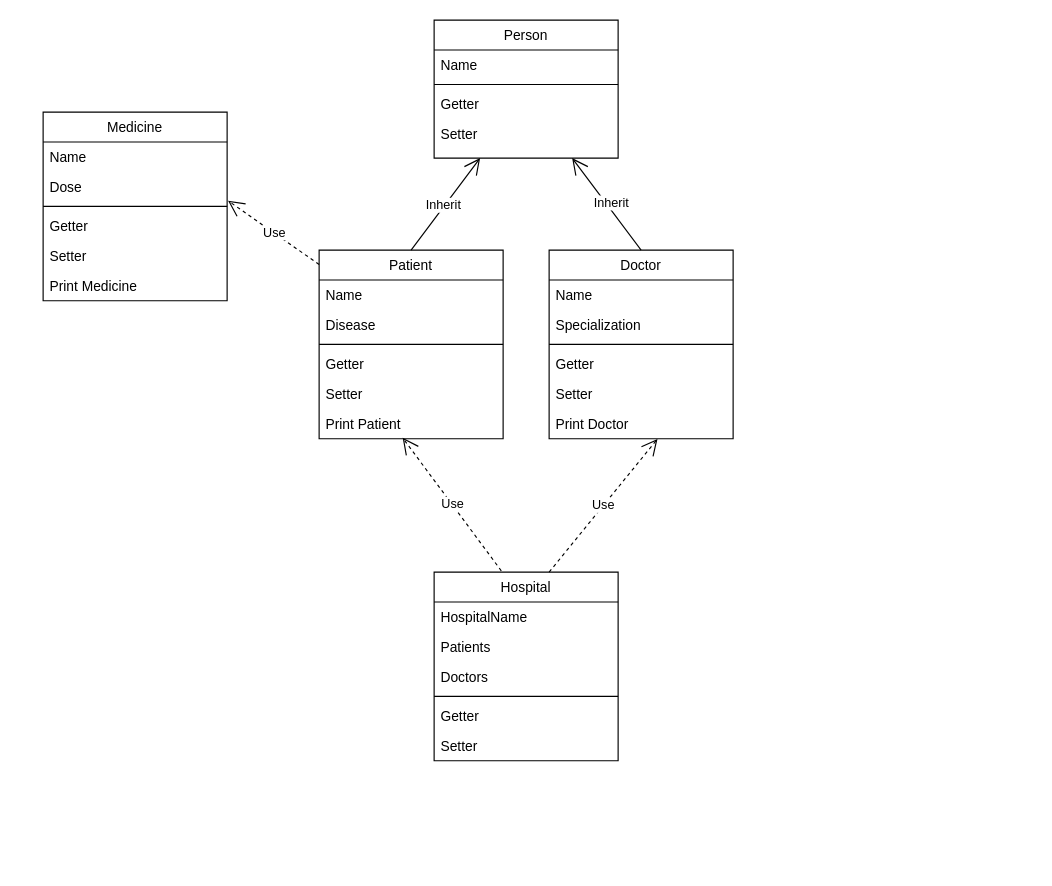
This is DiagramRelasi.drawio from Xeramu/TP3DPBO2425C1, a draw.io file, before an edit. Source tidied: cells renumbered, new cells numbered last; positions are measured from the earlier drawing's top-left corner, leaving out a move shared by most shapes. Both pictures are drawn from the tidied source at 115%, with x=0, y=0 at pixel (43, 20).
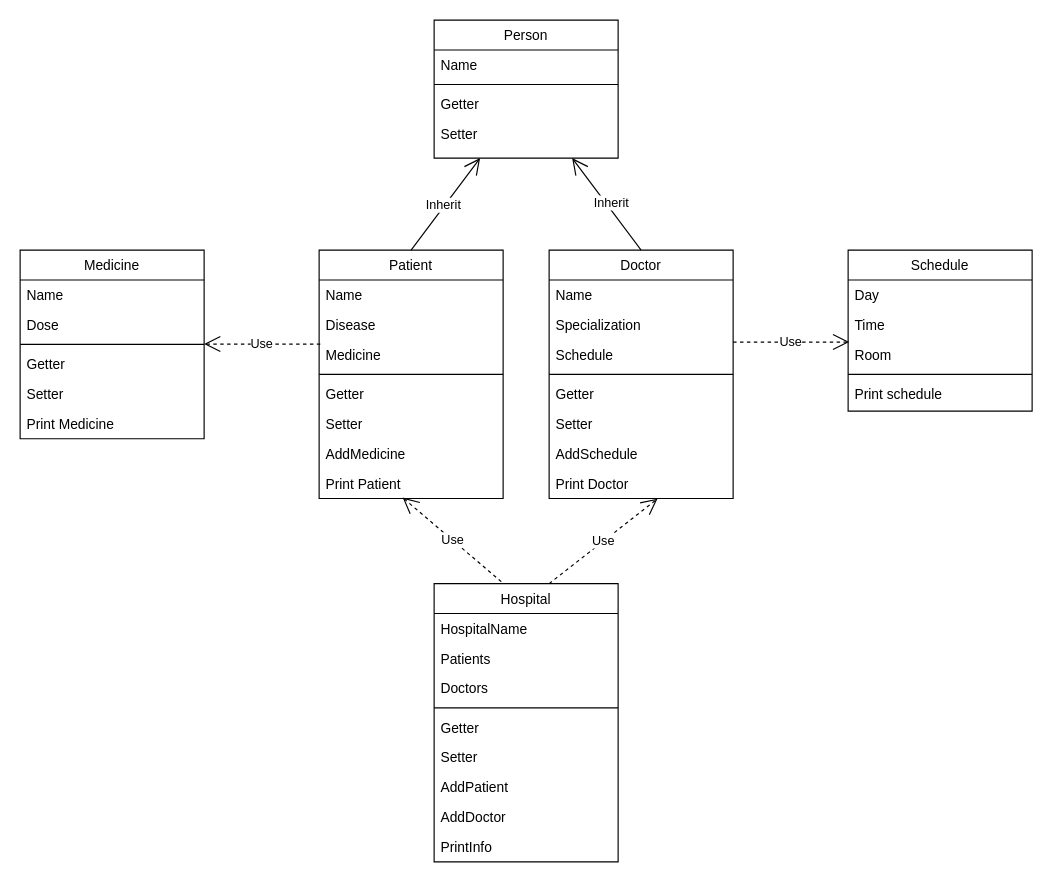
The same page after the edit.

Unchanged cells that the change refers to:
```xml
<mxCell id="36" value="Dose" style="text;align=left;verticalAlign=top;spacingLeft=4;spacingRight=4;overflow=hidden;points=[[0,0.5],[1,0.5]];portConstraint=eastwest;" parent="34" vertex="1">
  <mxGeometry y="52" width="160" height="26" as="geometry" />
</mxCell>
```

Diff of the diagram source:
```diff
@@
     <mxCell id="7" value="Patient" style="swimlane;fontStyle=0;align=center;verticalAlign=top;horizontal=1;startSize=26;rounded=0;shadow=0;strokeWidth=1;" parent="1" vertex="1">
-      <mxGeometry x="240" y="200" width="160" height="164" as="geometry" />
+      <mxGeometry x="240" y="200" width="160" height="216" as="geometry" />
     </mxCell>
@@
+    <mxCell id="42" value="Medicine" style="text;align=left;verticalAlign=top;spacingLeft=4;spacingRight=4;overflow=hidden;" parent="7" vertex="1">
+      <mxGeometry y="78" width="160" height="26" as="geometry" />
+    </mxCell>
     <mxCell id="10" style="line;html=1;strokeWidth=1;align=left;verticalAlign=middle;spacingTop=-1;spacingLeft=3;spacingRight=3;labelPosition=right;" parent="7" vertex="1">
-      <mxGeometry y="78" width="160" height="8" as="geometry" />
+      <mxGeometry y="104" width="160" height="8" as="geometry" />
     </mxCell>
     <mxCell id="11" value="Getter" style="text;align=left;verticalAlign=top;spacingLeft=4;spacingRight=4;overflow=hidden;" parent="7" vertex="1">
-      <mxGeometry y="86" width="160" height="26" as="geometry" />
+      <mxGeometry y="112" width="160" height="26" as="geometry" />
     </mxCell>
     <mxCell id="12" value="Setter" style="text;align=left;verticalAlign=top;spacingLeft=4;spacingRight=4;overflow=hidden;" parent="7" vertex="1">
-      <mxGeometry y="112" width="160" height="26" as="geometry" />
+      <mxGeometry y="138" width="160" height="26" as="geometry" />
     </mxCell>
+    <mxCell id="43" value="AddMedicine" style="text;align=left;verticalAlign=top;spacingLeft=4;spacingRight=4;overflow=hidden;" parent="7" vertex="1">
+      <mxGeometry y="164" width="160" height="26" as="geometry" />
+    </mxCell>
     <mxCell id="13" value="Print Patient" style="text;align=left;verticalAlign=top;spacingLeft=4;spacingRight=4;overflow=hidden;points=[[0,0.5],[1,0.5]];portConstraint=eastwest;" parent="7" vertex="1">
-      <mxGeometry y="138" width="160" height="26" as="geometry" />
+      <mxGeometry y="190" width="160" height="26" as="geometry" />
     </mxCell>
     <mxCell id="14" value="Doctor" style="swimlane;fontStyle=0;align=center;verticalAlign=top;horizontal=1;startSize=26;rounded=0;shadow=0;strokeWidth=1;" parent="1" vertex="1">
-      <mxGeometry x="440" y="200" width="160" height="164" as="geometry" />
+      <mxGeometry x="440" y="200" width="160" height="216" as="geometry" />
     </mxCell>
@@
+    <mxCell id="44" value="Schedule" style="text;align=left;verticalAlign=top;spacingLeft=4;spacingRight=4;overflow=hidden;" parent="14" vertex="1">
+      <mxGeometry y="78" width="160" height="26" as="geometry" />
+    </mxCell>
     <mxCell id="17" style="line;html=1;strokeWidth=1;align=left;verticalAlign=middle;spacingTop=-1;spacingLeft=3;spacingRight=3;labelPosition=right;" parent="14" vertex="1">
-      <mxGeometry y="78" width="160" height="8" as="geometry" />
+      <mxGeometry y="104" width="160" height="8" as="geometry" />
     </mxCell>
     <mxCell id="18" value="Getter" style="text;align=left;verticalAlign=top;spacingLeft=4;spacingRight=4;overflow=hidden;" parent="14" vertex="1">
-      <mxGeometry y="86" width="160" height="26" as="geometry" />
+      <mxGeometry y="112" width="160" height="26" as="geometry" />
     </mxCell>
     <mxCell id="19" value="Setter" style="text;align=left;verticalAlign=top;spacingLeft=4;spacingRight=4;overflow=hidden;" parent="14" vertex="1">
-      <mxGeometry y="112" width="160" height="26" as="geometry" />
+      <mxGeometry y="138" width="160" height="26" as="geometry" />
     </mxCell>
+    <mxCell id="45" value="AddSchedule" style="text;align=left;verticalAlign=top;spacingLeft=4;spacingRight=4;overflow=hidden;" parent="14" vertex="1">
+      <mxGeometry y="164" width="160" height="26" as="geometry" />
+    </mxCell>
     <mxCell id="20" value="Print Doctor" style="text;align=left;verticalAlign=top;spacingLeft=4;spacingRight=4;overflow=hidden;points=[[0,0.5],[1,0.5]];portConstraint=eastwest;" parent="14" vertex="1">
-      <mxGeometry y="138" width="160" height="26" as="geometry" />
+      <mxGeometry y="190" width="160" height="26" as="geometry" />
     </mxCell>
@@
     <mxCell id="25" value="Hospital" style="swimlane;fontStyle=0;align=center;verticalAlign=top;horizontal=1;startSize=26;rounded=0;shadow=0;strokeWidth=1;" parent="1" vertex="1">
-      <mxGeometry x="340" y="480" width="160" height="164" as="geometry" />
+      <mxGeometry x="340" y="490" width="160" height="242" as="geometry" />
     </mxCell>
@@
+    <mxCell id="46" value="AddPatient" style="text;align=left;verticalAlign=top;spacingLeft=4;spacingRight=4;overflow=hidden;" parent="25" vertex="1">
+      <mxGeometry y="164" width="160" height="26" as="geometry" />
+    </mxCell>
+    <mxCell id="47" value="AddDoctor" style="text;align=left;verticalAlign=top;spacingLeft=4;spacingRight=4;overflow=hidden;" parent="25" vertex="1">
+      <mxGeometry y="190" width="160" height="26" as="geometry" />
+    </mxCell>
+    <mxCell id="48" value="PrintInfo" style="text;align=left;verticalAlign=top;spacingLeft=4;spacingRight=4;overflow=hidden;" parent="25" vertex="1">
+      <mxGeometry y="216" width="160" height="26" as="geometry" />
+    </mxCell>
@@
     <mxCell id="34" value="Medicine" style="swimlane;fontStyle=0;align=center;verticalAlign=top;horizontal=1;startSize=26;rounded=0;shadow=0;strokeWidth=1;" parent="1" vertex="1">
-      <mxGeometry y="80" width="160" height="164" as="geometry" />
+      <mxGeometry x="-20" y="200" width="160" height="164" as="geometry" />
     </mxCell>
@@
-    <mxCell id="41" value="Use" style="endArrow=open;endSize=12;dashed=1;html=1;rounded=0;entryX=1.005;entryY=0.963;entryDx=0;entryDy=0;entryPerimeter=0;exitX=1.005;exitY=0.963;exitDx=0;exitDy=0;exitPerimeter=0;" parent="1" edge="1" target="36">
-      <mxGeometry relative="1" as="geometry">
-        <mxPoint x="240" y="212.5" as="sourcePoint" />
-      </mxGeometry>
-    </mxCell>
+    <mxCell id="49" value="Schedule" style="swimlane;fontStyle=0;align=center;verticalAlign=top;horizontal=1;startSize=26;rounded=0;shadow=0;strokeWidth=1;" parent="1" vertex="1">
+      <mxGeometry x="700" y="200" width="160" height="140" as="geometry" />
+    </mxCell>
+    <mxCell id="50" value="Day" style="text;align=left;verticalAlign=top;spacingLeft=4;spacingRight=4;overflow=hidden;" parent="49" vertex="1">
+      <mxGeometry y="26" width="160" height="26" as="geometry" />
+    </mxCell>
+    <mxCell id="51" value="Time" style="text;align=left;verticalAlign=top;spacingLeft=4;spacingRight=4;overflow=hidden;" parent="49" vertex="1">
+      <mxGeometry y="52" width="160" height="26" as="geometry" />
+    </mxCell>
+    <mxCell id="52" value="Room" style="text;align=left;verticalAlign=top;spacingLeft=4;spacingRight=4;overflow=hidden;points=[[0,0.5],[1,0.5]];portConstraint=eastwest;" parent="49" vertex="1">
+      <mxGeometry y="78" width="160" height="26" as="geometry" />
+    </mxCell>
+    <mxCell id="53" style="line;html=1;strokeWidth=1;align=left;verticalAlign=middle;spacingTop=-1;spacingLeft=3;spacingRight=3;labelPosition=right;" parent="49" vertex="1">
+      <mxGeometry y="104" width="160" height="8" as="geometry" />
+    </mxCell>
+    <mxCell id="54" value="Print schedule" style="text;align=left;verticalAlign=top;spacingLeft=4;spacingRight=4;overflow=hidden;" parent="49" vertex="1">
+      <mxGeometry y="112" width="160" height="26" as="geometry" />
+    </mxCell>
+    <mxCell id="55" value="Use" style="endArrow=open;endSize=12;dashed=1;html=1;rounded=0;exitX=0.625;exitY=0;exitDx=0;exitDy=0;exitPerimeter=0;entryX=0.006;entryY=0.075;entryDx=0;entryDy=0;entryPerimeter=0;" parent="1" edge="1" target="52">
+      <mxGeometry relative="1" as="geometry">
+        <mxPoint x="600" y="280" as="sourcePoint" />
+      </mxGeometry>
+    </mxCell>
+    <mxCell id="56" value="Use" style="endArrow=open;endSize=12;dashed=1;html=1;rounded=0;exitX=0.625;exitY=0;exitDx=0;exitDy=0;exitPerimeter=0;entryX=0.006;entryY=0.075;entryDx=0;entryDy=0;entryPerimeter=0;" parent="1" edge="1">
+      <mxGeometry relative="1" as="geometry">
+        <mxPoint x="241" y="281.7" as="sourcePoint" />
+        <mxPoint x="140" y="281.7" as="targetPoint" />
+      </mxGeometry>
+    </mxCell>
```
